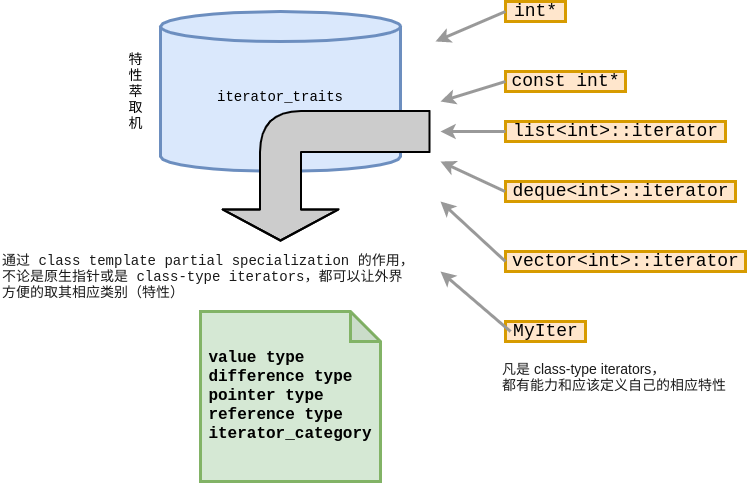
Above: public/img/STL/traits.png in JoyChenNo1/JoyChenNo1.github.io (draw.io), before the change. Source tidied: cells renumbered, new cells last; positions are measured from the earlier drawing's top-left corner, leaving out a move shared by most shapes. Source of this version:
```xml
<mxGraphModel>
  <root>
    <mxCell id="0" />
    <mxCell id="1" parent="0" />
    <mxCell id="2" value="&lt;font face=&quot;Courier New&quot; style=&quot;font-size: 14px&quot;&gt;iterator_traits&lt;br&gt;&lt;br&gt;&lt;/font&gt;" style="shape=cylinder3;whiteSpace=wrap;html=1;boundedLbl=1;backgroundOutline=1;size=15;shadow=0;strokeWidth=3;fillColor=#dae8fc;strokeColor=#6c8ebf;" parent="1" vertex="1">
      <mxGeometry x="160" y="10" width="240" height="160" as="geometry" />
    </mxCell>
    <mxCell id="3" style="shape=flexArrow;endArrow=classic;html=1;width=40;strokeWidth=2;fillColor=#CCCCCC;endWidth=73;endSize=9.67;" parent="1" edge="1">
      <mxGeometry relative="1" as="geometry">
        <mxPoint x="430" y="130" as="sourcePoint" />
        <mxPoint x="280" y="240" as="targetPoint" />
        <Array as="points">
          <mxPoint x="280" y="130" />
        </Array>
      </mxGeometry>
    </mxCell>
    <mxCell id="4" value="&lt;font style=&quot;font-size: 14px&quot; face=&quot;Courier New&quot;&gt;特&lt;br&gt;性&lt;br&gt;萃&lt;br&gt;取&lt;br&gt;机&lt;/font&gt;" style="text;html=1;align=center;verticalAlign=middle;direction=east;" parent="1" vertex="1">
      <mxGeometry x="120" y="50" width="30" height="80" as="geometry" />
    </mxCell>
    <mxCell id="5" value="&lt;font style=&quot;font-size: 18px&quot; face=&quot;Courier New&quot;&gt;int*&lt;/font&gt;" style="text;html=1;align=center;verticalAlign=middle;fillColor=#ffe6cc;strokeColor=#d79b00;strokeWidth=3;" parent="1" vertex="1">
      <mxGeometry x="505" width="60" height="20" as="geometry" />
    </mxCell>
    <mxCell id="6" value="&lt;font style=&quot;font-size: 18px&quot; face=&quot;Courier New&quot;&gt;const int*&lt;/font&gt;" style="text;html=1;align=center;verticalAlign=middle;fillColor=#ffe6cc;strokeColor=#d79b00;strokeWidth=3;" parent="1" vertex="1">
      <mxGeometry x="505" y="70" width="120" height="20" as="geometry" />
    </mxCell>
    <mxCell id="7" value="&lt;font style=&quot;font-size: 18px&quot; face=&quot;Courier New&quot;&gt;list&amp;lt;int&amp;gt;::iterator&lt;/font&gt;" style="text;html=1;align=center;verticalAlign=middle;fillColor=#ffe6cc;strokeColor=#d79b00;strokeWidth=3;" parent="1" vertex="1">
      <mxGeometry x="505" y="120" width="220" height="20" as="geometry" />
    </mxCell>
    <mxCell id="8" value="&lt;font style=&quot;font-size: 18px&quot; face=&quot;Courier New&quot;&gt;deque&amp;lt;int&amp;gt;::iterator&lt;/font&gt;" style="text;html=1;align=center;verticalAlign=middle;points=[];fillColor=#ffe6cc;strokeColor=#d79b00;strokeWidth=3;" parent="1" vertex="1">
      <mxGeometry x="505" y="180" width="230" height="20" as="geometry" />
    </mxCell>
    <mxCell id="9" value="&lt;font style=&quot;font-size: 18px&quot; face=&quot;Courier New&quot;&gt;vector&amp;lt;int&amp;gt;::iterator&lt;/font&gt;" style="text;html=1;align=center;verticalAlign=middle;fillColor=#ffe6cc;strokeColor=#d79b00;strokeWidth=3;" parent="1" vertex="1">
      <mxGeometry x="505" y="250" width="240" height="20" as="geometry" />
    </mxCell>
    <mxCell id="10" value="&lt;font face=&quot;Courier New&quot; style=&quot;font-size: 18px&quot;&gt;MyIter&lt;/font&gt;" style="text;html=1;align=center;verticalAlign=middle;points=[];fillColor=#ffe6cc;strokeColor=#d79b00;strokeWidth=3;" parent="1" vertex="1">
      <mxGeometry x="505" y="320" width="80" height="20" as="geometry" />
    </mxCell>
    <mxCell id="11" style="endArrow=classic;html=1;strokeWidth=3;fillColor=#CCCCCC;strokeColor=#999999;" parent="1" edge="1">
      <mxGeometry relative="1" as="geometry">
        <mxPoint x="505" y="10" as="sourcePoint" />
        <mxPoint x="435" y="40" as="targetPoint" />
      </mxGeometry>
    </mxCell>
    <mxCell id="12" style="endArrow=classic;html=1;strokeWidth=3;fillColor=#CCCCCC;strokeColor=#999999;" parent="1" edge="1">
      <mxGeometry relative="1" as="geometry">
        <mxPoint x="505" y="80" as="sourcePoint" />
        <mxPoint x="440" y="100" as="targetPoint" />
      </mxGeometry>
    </mxCell>
    <mxCell id="13" style="endArrow=classic;html=1;strokeWidth=3;fillColor=#CCCCCC;strokeColor=#999999;" parent="1" edge="1">
      <mxGeometry relative="1" as="geometry">
        <mxPoint x="505" y="130" as="sourcePoint" />
        <mxPoint x="440" y="130" as="targetPoint" />
      </mxGeometry>
    </mxCell>
    <mxCell id="14" style="endArrow=classic;html=1;strokeWidth=3;fillColor=#CCCCCC;strokeColor=#999999;" parent="1" edge="1">
      <mxGeometry relative="1" as="geometry">
        <mxPoint x="505" y="260" as="sourcePoint" />
        <mxPoint x="440" y="200" as="targetPoint" />
      </mxGeometry>
    </mxCell>
    <mxCell id="15" style="endArrow=classic;html=1;strokeWidth=3;fillColor=#CCCCCC;exitX=-0.002;exitY=0.5;exitDx=0;exitDy=0;exitPerimeter=0;strokeColor=#999999;" parent="1" edge="1" source="8">
      <mxGeometry relative="1" as="geometry">
        <mxPoint x="440" y="160" as="targetPoint" />
      </mxGeometry>
    </mxCell>
    <mxCell id="16" style="endArrow=classic;html=1;strokeWidth=3;fillColor=#CCCCCC;exitX=0.063;exitY=0.5;exitDx=0;exitDy=0;exitPerimeter=0;strokeColor=#999999;" parent="1" edge="1" source="10">
      <mxGeometry relative="1" as="geometry">
        <mxPoint x="440" y="270" as="targetPoint" />
      </mxGeometry>
    </mxCell>
    <mxCell id="17" value="&lt;font style=&quot;font-size: 14px&quot; color=&quot;#1a1a1a&quot;&gt;凡是 class-type iterators， &lt;br&gt;都有能力和应该定义自己的相应特性&lt;/font&gt;" style="text;html=1;align=left;verticalAlign=middle;" parent="1" vertex="1">
      <mxGeometry x="500" y="355" width="240" height="40" as="geometry" />
    </mxCell>
    <mxCell id="18" value="&lt;font face=&quot;Courier New&quot; style=&quot;font-size: 14px&quot; color=&quot;#1a1a1a&quot;&gt;通过 class template partial specialization 的作用，&lt;br&gt;不论是原生指针或是 class-type iterators，都可以让外界&lt;br&gt;方便的取其相应类别（特性）&amp;nbsp;&lt;/font&gt;" style="text;html=1;align=left;verticalAlign=middle;" parent="1" vertex="1">
      <mxGeometry y="250" width="430" height="50" as="geometry" />
    </mxCell>
    <mxCell id="19" value="&lt;p style=&quot;line-height: 150%&quot;&gt;&lt;/p&gt;&lt;div style=&quot;text-align: left&quot;&gt;&lt;b style=&quot;font-family: &amp;#34;courier new&amp;#34; ; font-size: medium&quot;&gt;value type&lt;/b&gt;&lt;/div&gt;&lt;font face=&quot;Courier New&quot; size=&quot;3&quot;&gt;&lt;div style=&quot;text-align: left&quot;&gt;&lt;b&gt;difference type&lt;/b&gt;&lt;/div&gt;&lt;div style=&quot;text-align: left&quot;&gt;&lt;b&gt;pointer type&lt;/b&gt;&lt;/div&gt;&lt;div style=&quot;text-align: left&quot;&gt;&lt;b&gt;reference type&lt;/b&gt;&lt;/div&gt;&lt;div style=&quot;text-align: left&quot;&gt;&lt;b&gt;iterator_category&lt;/b&gt;&lt;/div&gt;&lt;/font&gt;&lt;p&gt;&lt;/p&gt;" style="shape=note;whiteSpace=wrap;html=1;backgroundOutline=1;darkOpacity=0.05;shadow=0;strokeWidth=3;fillColor=#d5e8d4;strokeColor=#82b366;" parent="1" vertex="1">
      <mxGeometry x="200" y="310" width="180" height="170" as="geometry" />
    </mxCell>
  </root>
</mxGraphModel>
```
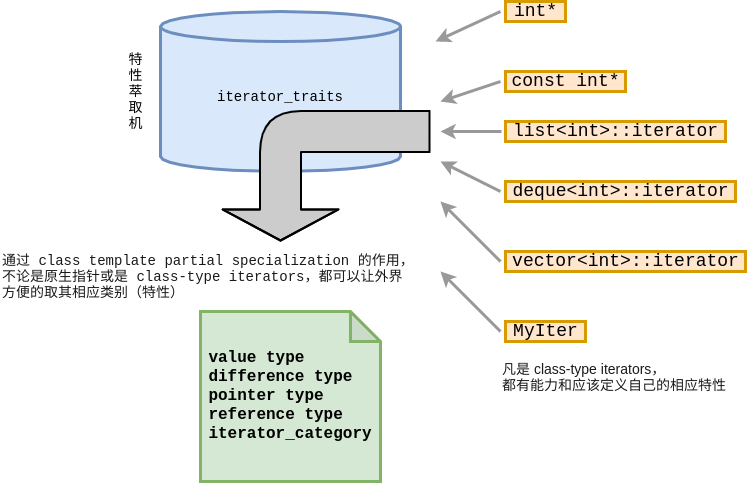
The same file after the commit.

What changed in the source:
```diff
@@ -37,35 +37,37 @@
     </mxCell>
     <mxCell id="11" style="endArrow=classic;html=1;strokeWidth=3;fillColor=#CCCCCC;strokeColor=#999999;" parent="1" edge="1">
       <mxGeometry relative="1" as="geometry">
-        <mxPoint x="505" y="10" as="sourcePoint" />
+        <mxPoint x="500" y="10" as="sourcePoint" />
         <mxPoint x="435" y="40" as="targetPoint" />
       </mxGeometry>
     </mxCell>
     <mxCell id="12" style="endArrow=classic;html=1;strokeWidth=3;fillColor=#CCCCCC;strokeColor=#999999;" parent="1" edge="1">
       <mxGeometry relative="1" as="geometry">
-        <mxPoint x="505" y="80" as="sourcePoint" />
+        <mxPoint x="500" y="80" as="sourcePoint" />
         <mxPoint x="440" y="100" as="targetPoint" />
       </mxGeometry>
     </mxCell>
     <mxCell id="13" style="endArrow=classic;html=1;strokeWidth=3;fillColor=#CCCCCC;strokeColor=#999999;" parent="1" edge="1">
       <mxGeometry relative="1" as="geometry">
-        <mxPoint x="505" y="130" as="sourcePoint" />
+        <mxPoint x="501" y="130" as="sourcePoint" />
         <mxPoint x="440" y="130" as="targetPoint" />
       </mxGeometry>
     </mxCell>
     <mxCell id="14" style="endArrow=classic;html=1;strokeWidth=3;fillColor=#CCCCCC;strokeColor=#999999;" parent="1" edge="1">
       <mxGeometry relative="1" as="geometry">
-        <mxPoint x="505" y="260" as="sourcePoint" />
+        <mxPoint x="500" y="260" as="sourcePoint" />
         <mxPoint x="440" y="200" as="targetPoint" />
       </mxGeometry>
     </mxCell>
-    <mxCell id="15" style="endArrow=classic;html=1;strokeWidth=3;fillColor=#CCCCCC;exitX=-0.002;exitY=0.5;exitDx=0;exitDy=0;exitPerimeter=0;strokeColor=#999999;" parent="1" edge="1" source="8">
+    <mxCell id="15" style="endArrow=classic;html=1;strokeWidth=3;fillColor=#CCCCCC;strokeColor=#999999;" parent="1" edge="1">
       <mxGeometry relative="1" as="geometry">
+        <mxPoint x="500" y="190" as="sourcePoint" />
         <mxPoint x="440" y="160" as="targetPoint" />
       </mxGeometry>
     </mxCell>
-    <mxCell id="16" style="endArrow=classic;html=1;strokeWidth=3;fillColor=#CCCCCC;exitX=0.063;exitY=0.5;exitDx=0;exitDy=0;exitPerimeter=0;strokeColor=#999999;" parent="1" edge="1" source="10">
+    <mxCell id="16" style="endArrow=classic;html=1;strokeWidth=3;fillColor=#CCCCCC;strokeColor=#999999;" parent="1" edge="1">
       <mxGeometry relative="1" as="geometry">
+        <mxPoint x="500" y="330" as="sourcePoint" />
         <mxPoint x="440" y="270" as="targetPoint" />
       </mxGeometry>
     </mxCell>
```
